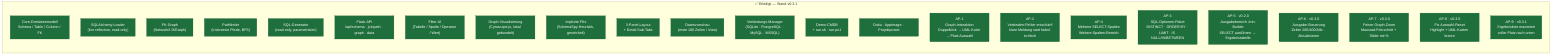
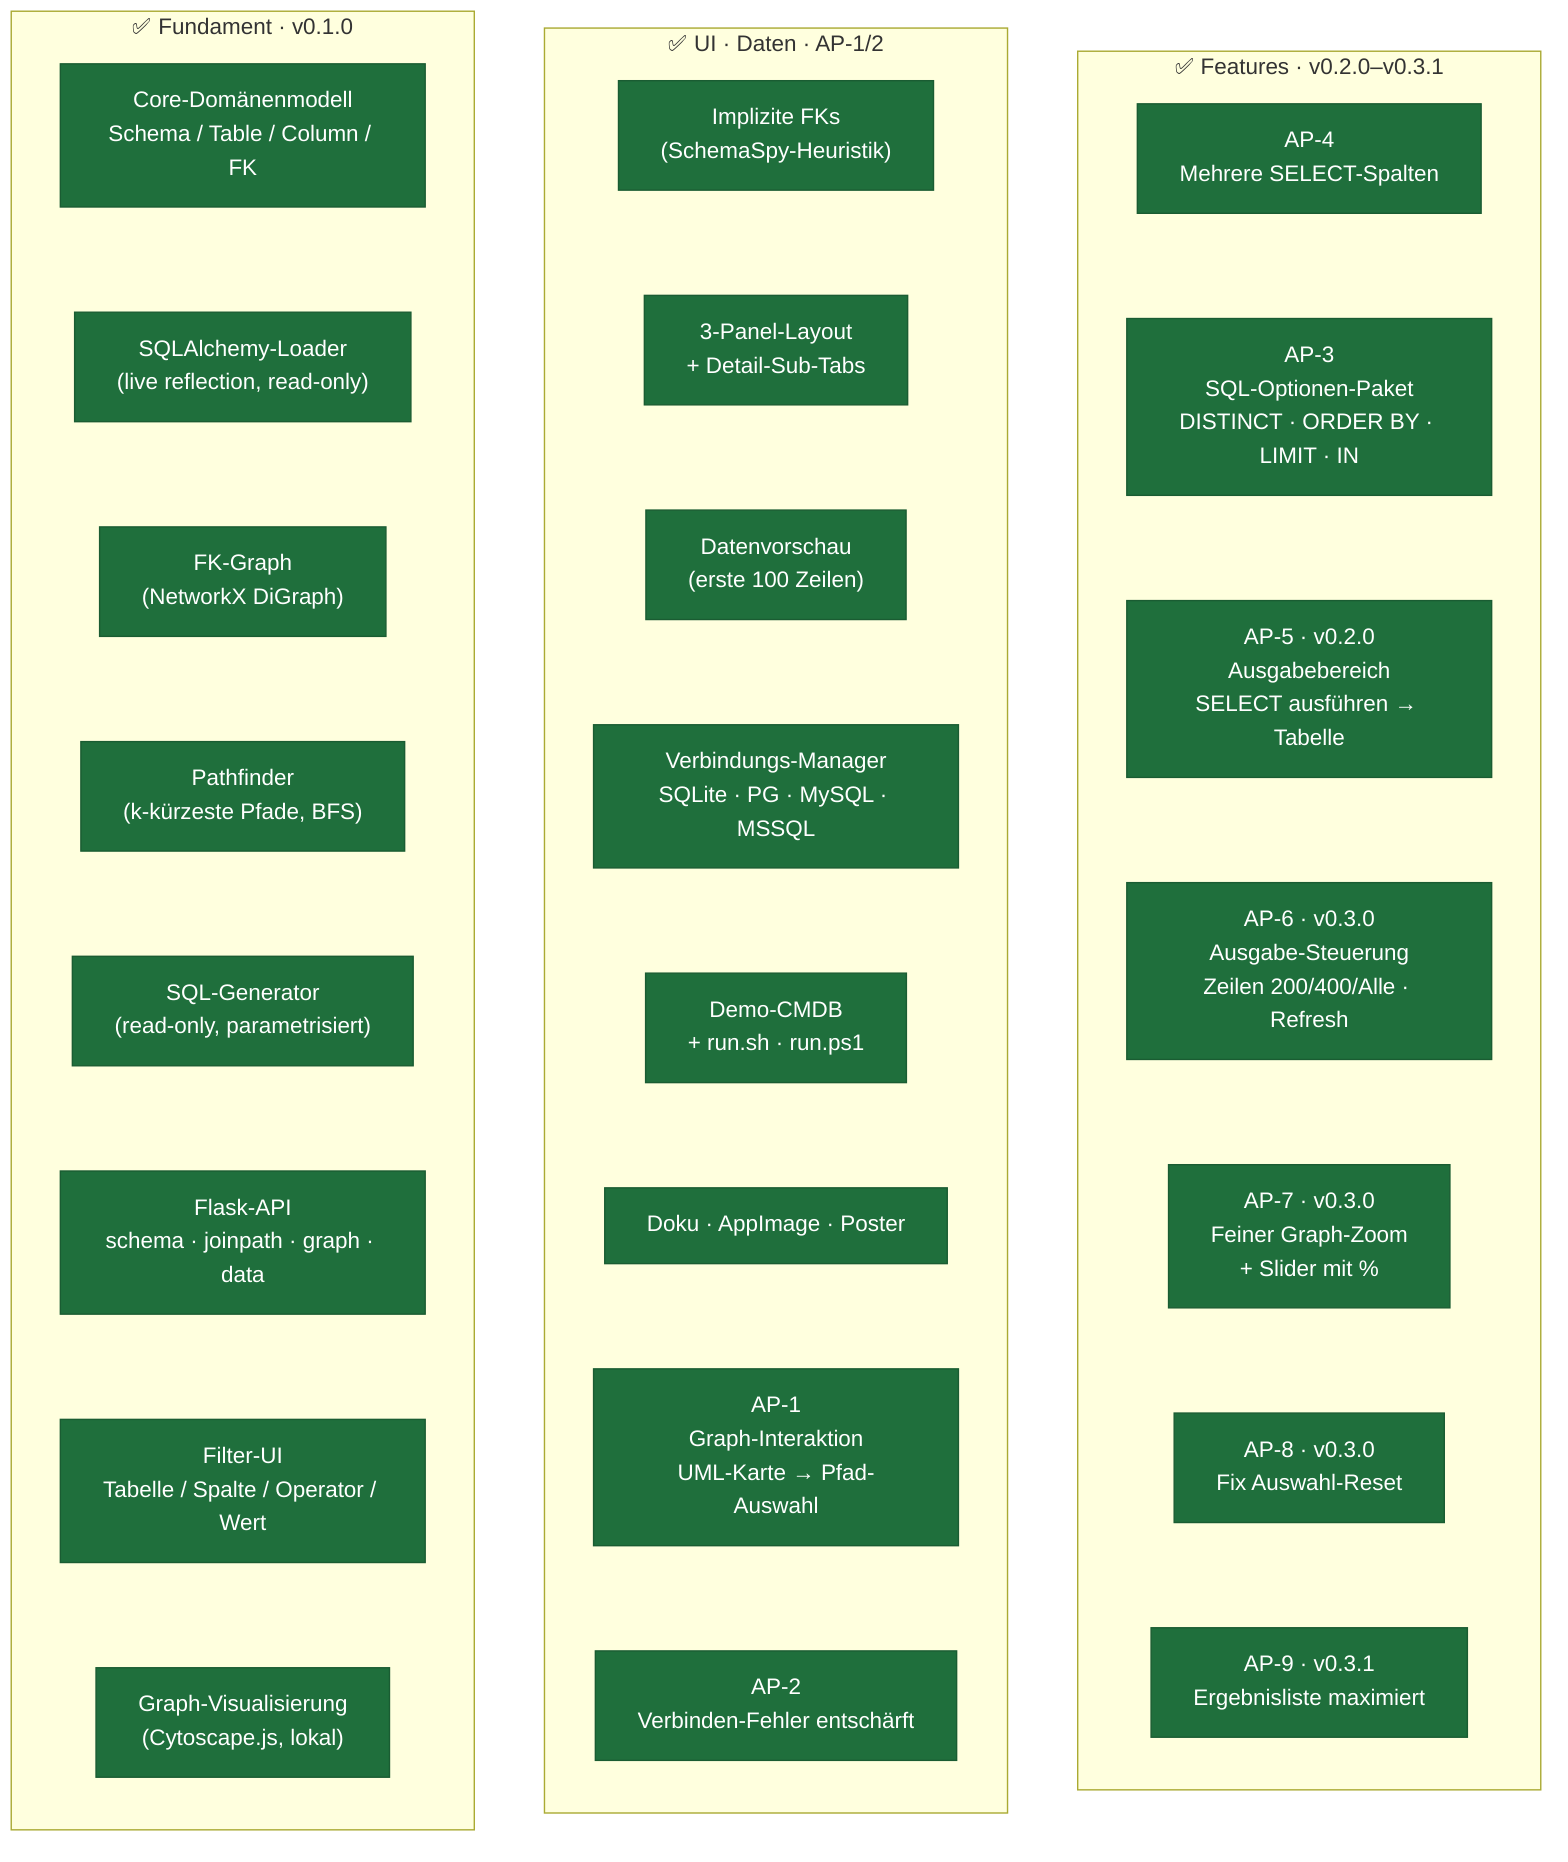
flowchart LR
    classDef done fill:#1f6f3c,color:#fff,stroke:#1a5c32
    classDef wip  fill:#7a5c00,color:#fff,stroke:#5e4600
    classDef plan fill:#2c3550,color:#fff,stroke:#1e2538

-     subgraph DONE["✅  Erledigt — Stand v0.3.1"]
+     subgraph S1["✅  Fundament · v0.1.0"]
        direction TB
        D1["Core-Domänenmodell\nSchema / Table / Column / FK"]
        D2["SQLAlchemy-Loader\n(live reflection, read-only)"]
        D3["FK-Graph\n(NetworkX DiGraph)"]
        D4["Pathfinder\n(k-kürzeste Pfade, BFS)"]
        D5["SQL-Generator\n(read-only, parametrisiert)"]
-         D6["Flask-API\n/api/schema · joinpath · graph · data"]
-         D7["Filter-UI\n(Tabelle / Spalte / Operator / Wert)"]
-         D8["Graph-Visualisierung\n(Cytoscape.js, lokal gebundelt)"]
-         D9["Implizite FKs\n(SchemaSpy-Heuristik, gestrichelt)"]
-         D10["3-Panel-Layout\n+ Detail-Sub-Tabs"]
-         D11["Datenvorschau\n(erste 100 Zeilen / View)"]
-         D12["Verbindungs-Manager\n(SQLite · PostgreSQL · MySQL · MSSQL)"]
-         D13["Demo-CMDB\n+ run.sh · run.ps1"]
-         D14["Doku · AppImage · Projektposter"]
-         D15["AP-1\nGraph-Interaktion\nDoppelklick → UML-Karte → Pfad-Auswahl"]
-         D16["AP-2\nVerbinden-Fehler entschärft\nklare Meldung statt failed-to-fetch"]
-         D17["AP-4\nMehrere SELECT-Spalten\nWeitere-Spalten-Bereich"]
-         D18["AP-3\nSQL-Optionen-Paket\nDISTINCT · ORDER BY · LIMIT · IS NULL/IN/BETWEEN"]
-         D19["AP-5 · v0.2.0\nAusgabebereich Join-Builder\nSELECT ausführen → Ergebnistabelle"]
-         D20["AP-6 · v0.3.0\nAusgabe-Steuerung\nZeilen 200/400/Alle · Aktualisieren"]
-         D21["AP-7 · v0.3.0\nFeiner Graph-Zoom\nMausrad-Feinschritt + Slider mit %"]
-         D22["AP-8 · v0.3.0\nFix Auswahl-Reset\nHighlight + UML-Karten leeren"]
-         D23["AP-9 · v0.3.1\nErgebnisliste maximiert\nvoller Platz nach unten"]
+         D6["Flask-API\nschema · joinpath · graph · data"]
+         D7["Filter-UI\nTabelle / Spalte / Operator / Wert"]
+         D8["Graph-Visualisierung\n(Cytoscape.js, lokal)"]
+         D1 ~~~ D2 ~~~ D3 ~~~ D4 ~~~ D5 ~~~ D6 ~~~ D7 ~~~ D8
    end

+     subgraph S2["✅  UI · Daten · AP-1/2"]
+         direction TB
+         D9["Implizite FKs\n(SchemaSpy-Heuristik)"]
+         D10["3-Panel-Layout\n+ Detail-Sub-Tabs"]
+         D11["Datenvorschau\n(erste 100 Zeilen)"]
+         D12["Verbindungs-Manager\nSQLite · PG · MySQL · MSSQL"]
+         D13["Demo-CMDB\n+ run.sh · run.ps1"]
+         D14["Doku · AppImage · Poster"]
+         D15["AP-1\nGraph-Interaktion\nUML-Karte → Pfad-Auswahl"]
+         D16["AP-2\nVerbinden-Fehler entschärft"]
+         D9 ~~~ D10 ~~~ D11 ~~~ D12 ~~~ D13 ~~~ D14 ~~~ D15 ~~~ D16
+     end
+ 
+     subgraph S3["✅  Features · v0.2.0–v0.3.1"]
+         direction TB
+         D17["AP-4\nMehrere SELECT-Spalten"]
+         D18["AP-3\nSQL-Optionen-Paket\nDISTINCT · ORDER BY · LIMIT · IN"]
+         D19["AP-5 · v0.2.0\nAusgabebereich\nSELECT ausführen → Tabelle"]
+         D20["AP-6 · v0.3.0\nAusgabe-Steuerung\nZeilen 200/400/Alle · Refresh"]
+         D21["AP-7 · v0.3.0\nFeiner Graph-Zoom\n+ Slider mit %"]
+         D22["AP-8 · v0.3.0\nFix Auswahl-Reset"]
+         D23["AP-9 · v0.3.1\nErgebnisliste maximiert"]
+         D17 ~~~ D18 ~~~ D19 ~~~ D20 ~~~ D21 ~~~ D22 ~~~ D23
+     end
+ 
+     %% Subgraphs nebeneinander erzwingen (sonst stapelt dagre sie vertikal)
+     S1 ~~~ S2 ~~~ S3
+ 
    class D1,D2,D3,D4,D5,D6,D7,D8,D9,D10,D11,D12,D13,D14,D15,D16,D17,D18,D19,D20,D21,D22,D23 done
